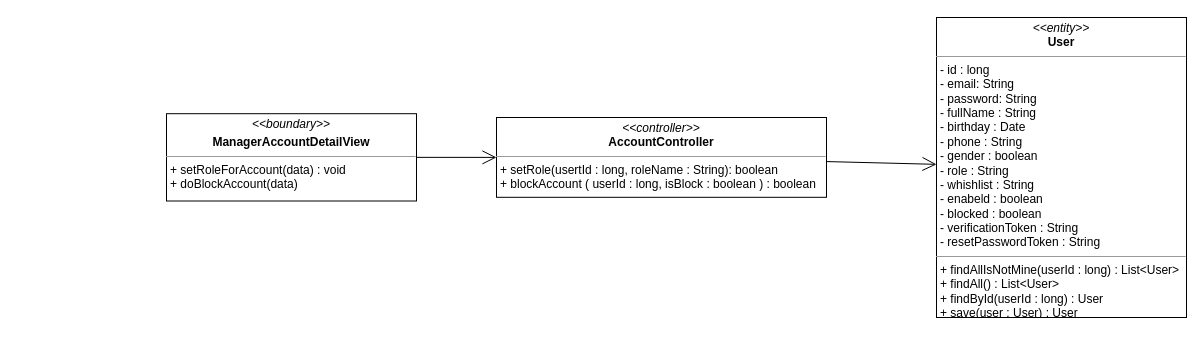
Above: class diagram/set-role-account-class-diagram.drawio in nguyenphamvan/datn_20202 (draw.io), before the change. Source tidied: cells renumbered, new cells numbered last; positions are measured from the earlier drawing's top-left corner, leaving out a move shared by most shapes. Both pictures are drawn from the tidied source at 100%, with x=0, y=0 at pixel (166, 17).
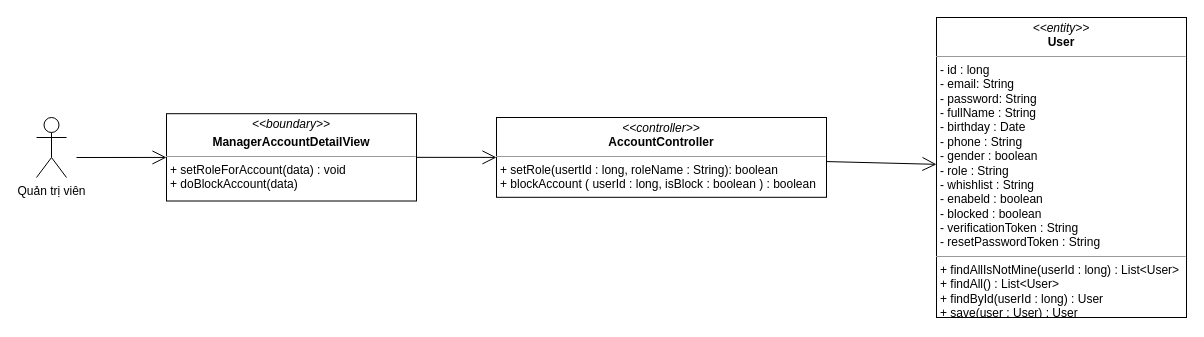
The same diagram, later.

What changed in the source:
```diff
@@
 <mxGraphModel>
   <root>
     <mxCell id="0" />
     <mxCell id="1" parent="0" />
     <mxCell id="2" value="&lt;p style=&quot;margin: 0px ; margin-top: 4px ; text-align: center&quot;&gt;&lt;i&gt;&amp;lt;&amp;lt;boundary&amp;gt;&amp;gt;&lt;/i&gt;&lt;/p&gt;&lt;p style=&quot;margin: 0px ; margin-top: 4px ; text-align: center&quot;&gt;&lt;b&gt;ManagerAccountDetailView&lt;/b&gt;&lt;/p&gt;&lt;hr size=&quot;1&quot;&gt;&lt;p style=&quot;margin: 0px ; margin-left: 4px&quot;&gt;&lt;span&gt;+ setRoleForAccount(data) : void&lt;/span&gt;&lt;br&gt;&lt;/p&gt;&lt;p style=&quot;margin: 0px ; margin-left: 4px&quot;&gt;&lt;span&gt;+ doBlockAccount(data)&lt;/span&gt;&lt;/p&gt;" style="verticalAlign=top;align=left;overflow=fill;fontSize=12;fontFamily=Helvetica;html=1;" parent="1" vertex="1">
       <mxGeometry y="96.2" width="250" height="87.3" as="geometry" />
     </mxCell>
     <mxCell id="3" style="endArrow=open;endFill=1;endSize=12;html=1;entryX=0;entryY=0.5;entryDx=0;entryDy=0;exitX=1;exitY=0.5;exitDx=0;exitDy=0;" parent="1" edge="1" source="2" target="5">
       <mxGeometry relative="1" as="geometry" />
     </mxCell>
     <mxCell id="4" value="&lt;p style=&quot;margin: 0px ; margin-top: 4px ; text-align: center&quot;&gt;&lt;i&gt;&amp;lt;&amp;lt;entity&amp;gt;&amp;gt;&lt;/i&gt;&lt;br&gt;&lt;b&gt;User&lt;/b&gt;&lt;/p&gt;&lt;hr size=&quot;1&quot;&gt;&lt;p style=&quot;margin: 0px ; margin-left: 4px&quot;&gt;- id : long&lt;/p&gt;&lt;p style=&quot;margin: 0px ; margin-left: 4px&quot;&gt;- email: String&lt;br&gt;- password: String&lt;/p&gt;&lt;p style=&quot;margin: 0px ; margin-left: 4px&quot;&gt;- fullName : String&lt;/p&gt;&lt;p style=&quot;margin: 0px ; margin-left: 4px&quot;&gt;- birthday : Date&lt;/p&gt;&lt;p style=&quot;margin: 0px ; margin-left: 4px&quot;&gt;- phone : String&lt;/p&gt;&lt;p style=&quot;margin: 0px ; margin-left: 4px&quot;&gt;- gender : boolean&lt;/p&gt;&lt;p style=&quot;margin: 0px ; margin-left: 4px&quot;&gt;- role : String&lt;/p&gt;&lt;p style=&quot;margin: 0px ; margin-left: 4px&quot;&gt;- whishlist : String&lt;/p&gt;&lt;p style=&quot;margin: 0px ; margin-left: 4px&quot;&gt;- enabeld : boolean&lt;/p&gt;&lt;p style=&quot;margin: 0px ; margin-left: 4px&quot;&gt;- blocked : boolean&lt;/p&gt;&lt;p style=&quot;margin: 0px ; margin-left: 4px&quot;&gt;- verificationToken : String&lt;/p&gt;&lt;p style=&quot;margin: 0px ; margin-left: 4px&quot;&gt;- resetPasswordToken : String&lt;/p&gt;&lt;hr size=&quot;1&quot;&gt;&lt;p style=&quot;margin: 0px 0px 0px 4px&quot;&gt;+ findAllIsNotMine(userId : long) : List&amp;lt;User&amp;gt;&lt;/p&gt;&lt;p style=&quot;margin: 0px 0px 0px 4px&quot;&gt;+ findAll() : List&amp;lt;User&amp;gt;&lt;/p&gt;&lt;p style=&quot;margin: 0px 0px 0px 4px&quot;&gt;+ findById(userId : long) : User&lt;/p&gt;&lt;p style=&quot;margin: 0px 0px 0px 4px&quot;&gt;+ save(user : User) : User&lt;/p&gt;" style="verticalAlign=top;align=left;overflow=fill;fontSize=12;fontFamily=Helvetica;html=1;" parent="1" vertex="1">
       <mxGeometry x="770" width="250" height="300" as="geometry" />
     </mxCell>
     <mxCell id="5" value="&lt;p style=&quot;margin: 0px ; margin-top: 4px ; text-align: center&quot;&gt;&lt;i&gt;&amp;lt;&amp;lt;controller&amp;gt;&amp;gt;&lt;/i&gt;&lt;br&gt;&lt;b&gt;AccountController&lt;/b&gt;&lt;/p&gt;&lt;hr size=&quot;1&quot;&gt;&lt;p style=&quot;margin: 0px ; margin-left: 4px&quot;&gt;+ setRole(usertId : long, roleName : String): boolean&lt;br&gt;&lt;/p&gt;&lt;p style=&quot;margin: 0px ; margin-left: 4px&quot;&gt;+ blockAccount ( userId : long, isBlock : boolean ) : boolean&lt;/p&gt;" style="verticalAlign=top;align=left;overflow=fill;fontSize=12;fontFamily=Helvetica;html=1;" parent="1" vertex="1">
       <mxGeometry x="330" y="100" width="330" height="79.8" as="geometry" />
     </mxCell>
     <mxCell id="6" style="endArrow=open;endFill=1;endSize=12;html=1;" parent="1" edge="1" source="5" target="4">
       <mxGeometry relative="1" as="geometry" />
     </mxCell>
+    <mxCell id="7" value="Quản trị viên&lt;br&gt;" style="shape=umlActor;verticalLabelPosition=bottom;verticalAlign=top;html=1;" parent="1" vertex="1">
+      <mxGeometry x="-130" y="100" width="30" height="60" as="geometry" />
+    </mxCell>
+    <mxCell id="8" style="endArrow=open;endFill=1;endSize=12;html=1;" parent="1" edge="1" target="2">
+      <mxGeometry relative="1" as="geometry">
+        <mxPoint x="-90" y="140" as="sourcePoint" />
+      </mxGeometry>
+    </mxCell>
   </root>
 </mxGraphModel>
```
